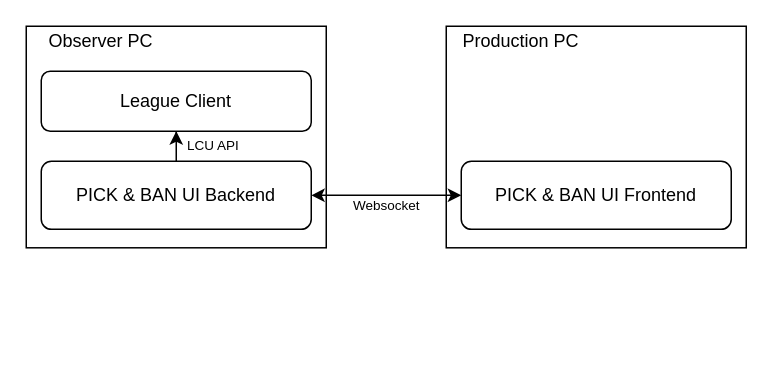
The draw.io diagram Architecture.drawio in RCVolus/lol-pick-ban-ui, before the edit. Source tidied: cells renumbered, new cells numbered last; positions are measured from the earlier drawing's top-left corner, leaving out a move shared by most shapes. Both pictures are drawn from the tidied source at 150%, with x=0, y=0 at pixel (26, 26).
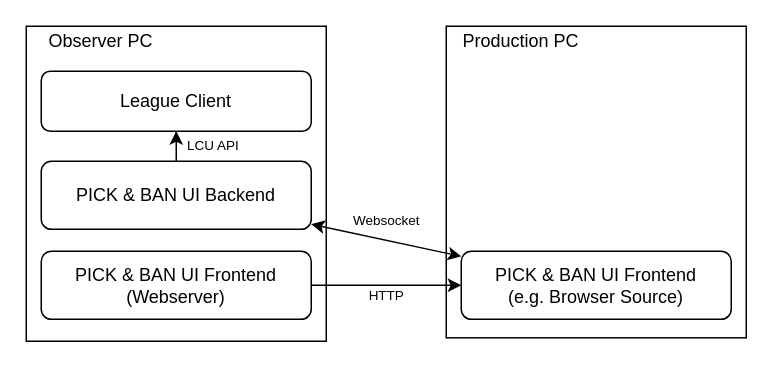
The same page after the edit.

Change to the diagram source:
```diff
@@
 <mxGraphModel background="#ffffff">
   <root>
     <mxCell id="0" />
     <mxCell id="1" parent="0" />
     <mxCell id="2" style="group;" parent="1" vertex="1">
-      <mxGeometry x="280" width="200" height="160" as="geometry" />
+      <mxGeometry x="280" y="60" width="200" height="160" as="geometry" />
     </mxCell>
     <mxCell id="3" style="group;" parent="2" vertex="1">
       <mxGeometry width="200" height="160" as="geometry" />
     </mxCell>
     <mxCell id="4" style="rounded=0;whiteSpace=wrap;html=1;" parent="3" vertex="1">
-      <mxGeometry width="200" height="147.7" as="geometry" />
+      <mxGeometry y="-60" width="200" height="207.7" as="geometry" />
     </mxCell>
+    <mxCell id="6" value="PICK &amp;amp; BAN UI Frontend&lt;br&gt;(e.g. Browser Source)" style="rounded=1;whiteSpace=wrap;html=1;" parent="3" vertex="1">
+      <mxGeometry x="10" y="90" width="180" height="45.4" as="geometry" />
+    </mxCell>
-    <mxCell id="5" value="Production PC" style="text;html=1;strokeColor=none;fillColor=none;align=center;verticalAlign=middle;whiteSpace=wrap;rounded=0;" parent="3" vertex="1" collapsed="1">
-      <mxGeometry width="100" height="20" as="geometry" />
+    <mxCell id="5" value="Production PC" style="text;html=1;strokeColor=none;fillColor=none;align=center;verticalAlign=middle;whiteSpace=wrap;rounded=0;" parent="3" vertex="1">
+      <mxGeometry x="10" y="-60" width="80" height="20" as="geometry" />
     </mxCell>
-    <mxCell id="6" value="PICK &amp;amp; BAN UI Frontend" style="rounded=1;whiteSpace=wrap;html=1;" parent="3" vertex="1">
-      <mxGeometry x="10" y="90" width="180" height="45.4" as="geometry" />
-    </mxCell>
     <mxCell id="7" style="group;" parent="1" vertex="1">
-      <mxGeometry width="200" height="160" as="geometry" />
+      <mxGeometry width="200" height="210" as="geometry" />
     </mxCell>
     <mxCell id="8" style="group;" parent="7" vertex="1">
-      <mxGeometry width="200" height="160" as="geometry" />
+      <mxGeometry width="200" height="210" as="geometry" />
     </mxCell>
     <mxCell id="9" style="rounded=0;whiteSpace=wrap;html=1;" parent="8" vertex="1">
-      <mxGeometry width="200" height="147.7" as="geometry" />
+      <mxGeometry width="200" height="210" as="geometry" />
     </mxCell>
     <mxCell id="10" value="Observer PC" style="text;html=1;strokeColor=none;fillColor=none;align=center;verticalAlign=middle;whiteSpace=wrap;rounded=0;" parent="8" vertex="1" collapsed="1">
       <mxGeometry width="100" height="20" as="geometry" />
     </mxCell>
     <mxCell id="11" value="League Client" style="rounded=1;whiteSpace=wrap;html=1;" parent="8" vertex="1">
       <mxGeometry x="10" y="30" width="180" height="40" as="geometry" />
     </mxCell>
     <mxCell id="12" style="edgeStyle=orthogonalEdgeStyle;rounded=0;jettySize=auto;html=1;exitX=0.5;exitY=0;exitDx=0;exitDy=0;" parent="8" edge="1" source="13" target="11">
       <mxGeometry relative="1" as="geometry" />
     </mxCell>
     <mxCell id="13" value="PICK &amp;amp; BAN UI Backend" style="rounded=1;whiteSpace=wrap;html=1;" parent="8" vertex="1">
       <mxGeometry x="10" y="90" width="180" height="45.4" as="geometry" />
     </mxCell>
     <mxCell id="14" value="LCU API" style="text;html=1;strokeColor=none;fillColor=none;align=center;verticalAlign=middle;whiteSpace=wrap;rounded=0;fontSize=9;" parent="8" vertex="1">
       <mxGeometry x="100" y="70" width="50" height="20" as="geometry" />
     </mxCell>
+    <mxCell id="17" value="PICK &amp;amp; BAN UI Frontend&lt;br&gt;(Webserver)" style="rounded=1;whiteSpace=wrap;html=1;" parent="8" vertex="1">
+      <mxGeometry x="10" y="150" width="180" height="45.4" as="geometry" />
+    </mxCell>
     <mxCell id="15" style="endArrow=classic;startArrow=classic;html=1;fontSize=9;" parent="1" edge="1" source="13" target="6">
       <mxGeometry relative="1" as="geometry" />
     </mxCell>
     <mxCell id="16" value="Websocket" style="text;html=1;align=center;verticalAlign=middle;fontSize=9;" parent="1" vertex="1">
-      <mxGeometry x="210" y="110" width="60" height="20" as="geometry" />
+      <mxGeometry x="210" y="120" width="60" height="20" as="geometry" />
     </mxCell>
+    <mxCell id="18" style="endArrow=classic;startArrow=none;html=1;fontSize=9;exitX=1;exitY=0.5;exitDx=0;exitDy=0;entryX=0;entryY=0.5;entryDx=0;entryDy=0;startFill=0;" parent="1" edge="1" source="17" target="6">
+      <mxGeometry relative="1" as="geometry" />
+    </mxCell>
+    <mxCell id="19" value="HTTP" style="text;html=1;align=center;verticalAlign=middle;fontSize=9;" parent="1" vertex="1">
+      <mxGeometry x="220" y="170" width="40" height="20" as="geometry" />
+    </mxCell>
   </root>
 </mxGraphModel>
```
